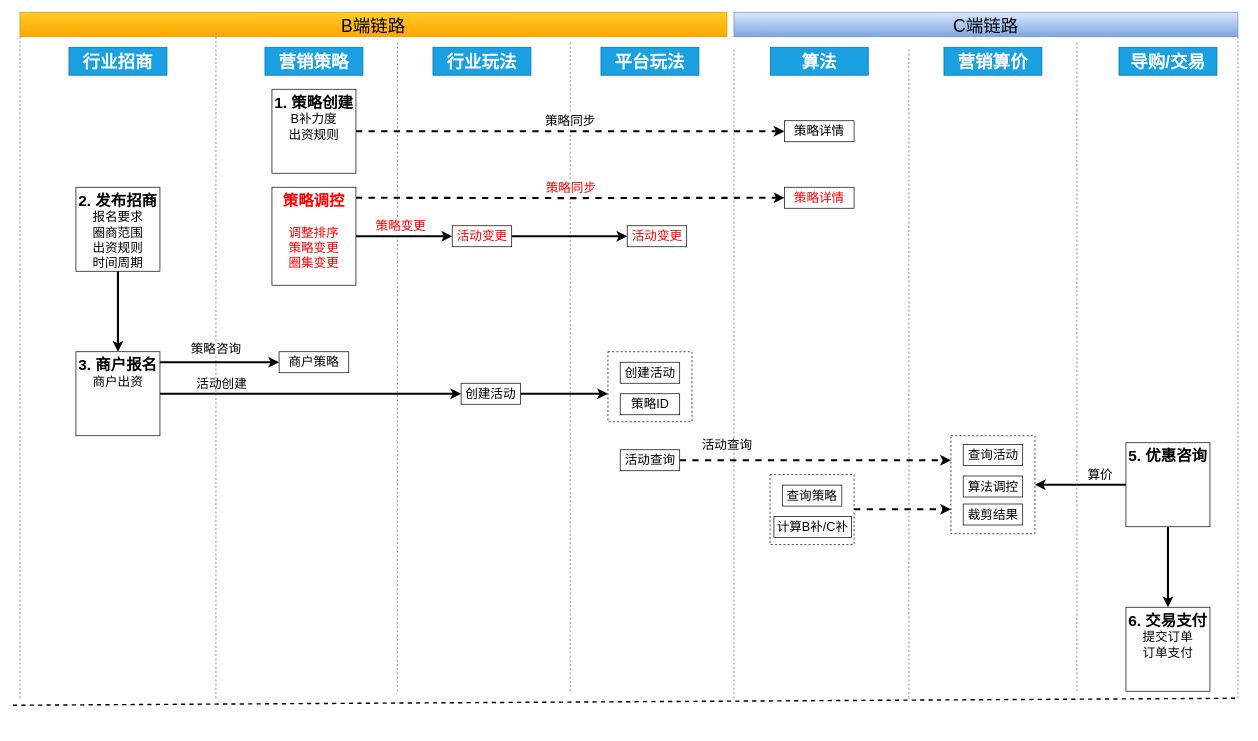
jon-kong/draw.io keeps this draw.io diagram as page "产品流程" (2 of 4) of 营销策略.drawio. Above is the earlier version. Source tidied: cells renumbered, new cells numbered last; positions are measured from the earlier drawing's top-left corner, leaving out a move shared by most shapes. Both pictures are drawn from the tidied source at 70%, with x=0, y=0 at pixel (13, 12).
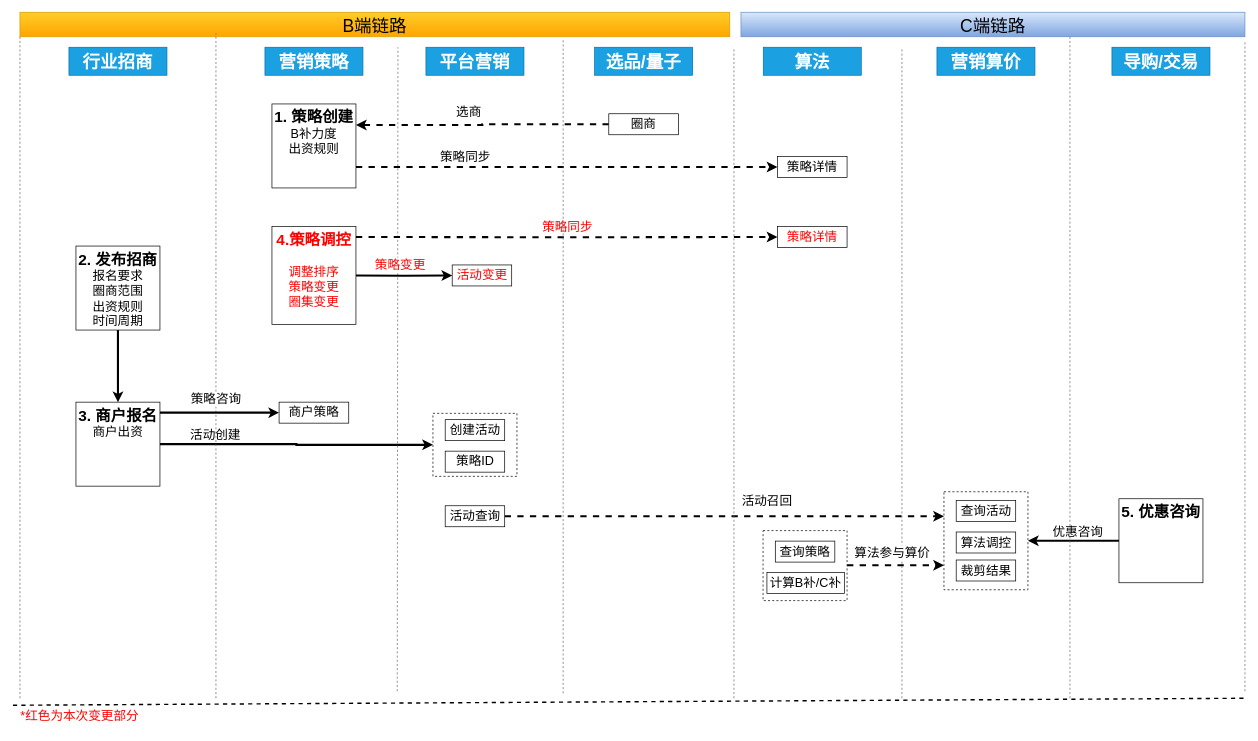
The same diagram, later.

Unchanged cells that the change refers to:
```xml
<mxCell id="16" style="edgeStyle=orthogonalEdgeStyle;rounded=0;jettySize=auto;html=1;exitX=0;exitY=0.5;exitDx=0;exitDy=0;fontSize=18;fontColor=#000000;strokeWidth=3;" parent="1" edge="1" source="50" target="18">
  <mxGeometry relative="1" as="geometry" />
</mxCell>
<mxCell id="23" style="edgeStyle=orthogonalEdgeStyle;rounded=0;jettySize=auto;html=1;exitX=1;exitY=0.5;exitDx=0;exitDy=0;entryX=0;entryY=0.25;entryDx=0;entryDy=0;dashed=1;fontSize=18;fontColor=#000000;strokeWidth=3;" parent="1" edge="1" source="25" target="18">
  <mxGeometry relative="1" as="geometry" />
</mxCell>
```

Change to the diagram source:
```diff
@@
-    <mxCell id="3" value="平台玩法" style="rounded=0;whiteSpace=wrap;html=1;strokeWidth=1;fontSize=25;fontColor=#ffffff;align=center;fontStyle=1;fillColor=#1ba1e2;strokeColor=#006EAF;" parent="1" vertex="1">
-      <mxGeometry x="840" y="50" width="140" height="40" as="geometry" />
+    <mxCell id="3" value="平台营销" style="rounded=0;whiteSpace=wrap;html=1;strokeWidth=1;fontSize=25;fontColor=#ffffff;align=center;fontStyle=1;fillColor=#1ba1e2;strokeColor=#006EAF;" parent="1" vertex="1">
+      <mxGeometry x="590" y="50" width="140" height="40" as="geometry" />
     </mxCell>
@@
-    <mxCell id="5" value="行业玩法" style="rounded=0;whiteSpace=wrap;html=1;strokeWidth=1;fontSize=25;fontColor=#ffffff;align=center;fontStyle=1;fillColor=#1ba1e2;strokeColor=#006EAF;" parent="1" vertex="1">
-      <mxGeometry x="600" y="50" width="140" height="40" as="geometry" />
-    </mxCell>
     <mxCell id="6" value="导购/交易" style="rounded=0;whiteSpace=wrap;html=1;strokeWidth=1;fontSize=25;fontColor=#ffffff;align=center;fontStyle=1;fillColor=#1ba1e2;strokeColor=#006EAF;" parent="1" vertex="1">
-      <mxGeometry x="1580" y="50" width="140" height="40" as="geometry" />
+      <mxGeometry x="1570" y="50" width="140" height="40" as="geometry" />
     </mxCell>
@@
     <mxCell id="8" value="&lt;b&gt;&lt;font style=&quot;font-size: 22px&quot;&gt;2. 发布招商&lt;/font&gt;&lt;/b&gt;&lt;br style=&quot;font-size: 18px&quot;&gt;报名要求&lt;br&gt;圈商范围&lt;br style=&quot;font-size: 18px&quot;&gt;出资规则&lt;br style=&quot;font-size: 18px&quot;&gt;时间周期" style="rounded=0;whiteSpace=wrap;html=1;strokeWidth=1;fontSize=18;fontColor=#000000;align=center;verticalAlign=top;" parent="1" vertex="1">
-      <mxGeometry x="90" y="250" width="120" height="120" as="geometry" />
+      <mxGeometry x="90" y="334" width="120" height="120" as="geometry" />
     </mxCell>
     <mxCell id="9" value="B端链路" style="rounded=0;whiteSpace=wrap;html=1;strokeWidth=1;fontSize=25;align=center;gradientColor=#ffa500;fillColor=#ffcd28;strokeColor=#d79b00;" parent="1" vertex="1">
-      <mxGeometry x="10" width="1010" height="35" as="geometry" />
+      <mxGeometry x="10" width="1014" height="35" as="geometry" />
     </mxCell>
-    <mxCell id="10" style="edgeStyle=orthogonalEdgeStyle;rounded=0;jettySize=auto;html=1;exitX=1;exitY=0.5;exitDx=0;exitDy=0;entryX=0;entryY=0.5;entryDx=0;entryDy=0;fontSize=18;fontColor=#000000;strokeWidth=3;" parent="1" edge="1" source="12" target="14">
+    <mxCell id="10" style="edgeStyle=orthogonalEdgeStyle;rounded=0;jettySize=auto;html=1;exitX=1;exitY=0.5;exitDx=0;exitDy=0;entryX=0;entryY=0.5;entryDx=0;entryDy=0;fontSize=18;fontColor=#000000;strokeWidth=3;" parent="1" edge="1" source="12" target="45">
       <mxGeometry relative="1" as="geometry" />
     </mxCell>
@@
     <mxCell id="12" value="&lt;b&gt;&lt;font style=&quot;font-size: 22px&quot;&gt;3. 商户报名&lt;/font&gt;&lt;/b&gt;&lt;br style=&quot;font-size: 18px&quot;&gt;商户出资" style="rounded=0;whiteSpace=wrap;html=1;strokeWidth=1;fontSize=18;fontColor=#000000;align=center;verticalAlign=top;" parent="1" vertex="1">
-      <mxGeometry x="90" y="485" width="120" height="120" as="geometry" />
+      <mxGeometry x="90" y="557" width="120" height="120" as="geometry" />
     </mxCell>
-    <mxCell id="13" style="edgeStyle=orthogonalEdgeStyle;rounded=0;jettySize=auto;html=1;entryX=0;entryY=0.6;entryDx=0;entryDy=0;strokeWidth=3;fontSize=18;entryPerimeter=0;" parent="1" edge="1" source="14" target="45">
-      <mxGeometry relative="1" as="geometry" />
-    </mxCell>
-    <mxCell id="14" value="创建活动" style="whiteSpace=wrap;html=1;strokeWidth=1;fontSize=18;fontColor=#000000;align=center;" parent="1" vertex="1">
-      <mxGeometry x="640.2" y="530" width="85" height="30" as="geometry" />
-    </mxCell>
     <mxCell id="15" value="C端链路" style="rounded=0;whiteSpace=wrap;html=1;strokeWidth=1;fontSize=25;align=center;fillColor=#dae8fc;strokeColor=#6c8ebf;gradientColor=#7ea6e0;" parent="1" vertex="1">
-      <mxGeometry x="1030" width="720" height="35" as="geometry" />
+      <mxGeometry x="1040" width="720" height="35" as="geometry" />
     </mxCell>
@@
-    <mxCell id="17" value="算价" style="edgeLabel;html=1;align=center;verticalAlign=middle;fontSize=18;" parent="16" vertex="1">
+    <mxCell id="17" value="优惠咨询" style="edgeLabel;html=1;align=center;verticalAlign=middle;fontSize=18;" parent="16" vertex="1">
       <mxGeometry x="-0.43" relative="1" as="geometry">
-        <mxPoint x="-1" y="-14" as="offset" />
+        <mxPoint x="-23" y="-14" as="offset" />
       </mxGeometry>
     </mxCell>
     <mxCell id="18" style="rounded=0;whiteSpace=wrap;html=1;strokeWidth=1;fontSize=18;fontColor=#000000;align=center;dashed=1;" parent="1" vertex="1">
-      <mxGeometry x="1340" y="605" width="120" height="140" as="geometry" />
+      <mxGeometry x="1330" y="685" width="120" height="140" as="geometry" />
     </mxCell>
     <mxCell id="19" value="查询活动" style="whiteSpace=wrap;html=1;strokeWidth=1;fontSize=18;fontColor=#000000;align=center;" parent="1" vertex="1">
-      <mxGeometry x="1357.5" y="617.5" width="85" height="30" as="geometry" />
+      <mxGeometry x="1347.5" y="697.5" width="85" height="30" as="geometry" />
     </mxCell>
     <mxCell id="20" value="算法调控" style="whiteSpace=wrap;html=1;strokeWidth=1;fontSize=18;fontColor=#000000;align=center;" parent="1" vertex="1">
-      <mxGeometry x="1357.5" y="662.5" width="85" height="30" as="geometry" />
+      <mxGeometry x="1347.5" y="742.5" width="85" height="30" as="geometry" />
     </mxCell>
     <mxCell id="21" value="算法" style="rounded=0;whiteSpace=wrap;html=1;strokeWidth=1;fontSize=25;fontColor=#ffffff;align=center;fontStyle=1;fillColor=#1ba1e2;strokeColor=#006EAF;" parent="1" vertex="1">
-      <mxGeometry x="1081.9" y="50" width="140" height="40" as="geometry" />
+      <mxGeometry x="1071.9" y="50" width="140" height="40" as="geometry" />
     </mxCell>
     <mxCell id="22" style="edgeStyle=orthogonalEdgeStyle;rounded=0;jettySize=auto;html=1;dashed=1;fontSize=18;fontColor=#000000;strokeWidth=3;" parent="1" edge="1" source="51">
       <mxGeometry relative="1" as="geometry">
-        <mxPoint x="1340" y="710" as="targetPoint" />
+        <mxPoint x="1330" y="790" as="targetPoint" />
       </mxGeometry>
     </mxCell>
@@
-    <mxCell id="24" value="活动查询" style="edgeLabel;html=1;align=center;verticalAlign=middle;fontSize=18;fontColor=#000000;" parent="23" vertex="1">
+    <mxCell id="24" value="活动召回" style="edgeLabel;html=1;align=center;verticalAlign=middle;fontSize=18;fontColor=#000000;" parent="23" vertex="1">
       <mxGeometry x="-0.11" y="8" relative="1" as="geometry">
-        <mxPoint x="-105" y="-14" as="offset" />
+        <mxPoint x="95" y="-14" as="offset" />
       </mxGeometry>
     </mxCell>
     <mxCell id="25" value="活动查询" style="whiteSpace=wrap;html=1;strokeWidth=1;fontSize=18;fontColor=#000000;align=center;" parent="1" vertex="1">
-      <mxGeometry x="867.5" y="625" width="85" height="30" as="geometry" />
+      <mxGeometry x="617.5" y="705" width="85" height="30" as="geometry" />
     </mxCell>
-    <mxCell id="26" value="&lt;b&gt;&lt;font style=&quot;font-size: 22px&quot;&gt;6. 交易支付&lt;/font&gt;&lt;/b&gt;&lt;br style=&quot;font-size: 18px&quot;&gt;提交订单&lt;br style=&quot;font-size: 18px&quot;&gt;订单支付" style="rounded=0;whiteSpace=wrap;html=1;strokeWidth=1;fontSize=18;fontColor=#000000;align=center;verticalAlign=top;" parent="1" vertex="1">
-      <mxGeometry x="1590" y="850" width="120" height="120" as="geometry" />
-    </mxCell>
     <mxCell id="27" value="裁剪结果" style="whiteSpace=wrap;html=1;strokeWidth=1;fontSize=18;fontColor=#000000;align=center;" parent="1" vertex="1">
-      <mxGeometry x="1357.5" y="702.5" width="85" height="30" as="geometry" />
+      <mxGeometry x="1347.5" y="782.5" width="85" height="30" as="geometry" />
     </mxCell>
@@
-    <mxCell id="30" style="endArrow=none;dashed=1;html=1;strokeWidth=1;fontSize=25;fontColor=#000000;strokeColor=#666666;entryX=0.534;entryY=1.153;entryDx=0;entryDy=0;entryPerimeter=0;" parent="1" edge="1" target="9">
+    <mxCell id="30" style="endArrow=none;dashed=1;html=1;strokeWidth=1;fontSize=25;fontColor=#000000;strokeColor=#666666;" parent="1" edge="1">
       <mxGeometry relative="1" as="geometry">
         <mxPoint x="549" y="970" as="sourcePoint" />
+        <mxPoint x="550" y="50" as="targetPoint" />
       </mxGeometry>
     </mxCell>
     <mxCell id="31" style="endArrow=none;dashed=1;html=1;strokeWidth=1;fontSize=25;fontColor=#000000;strokeColor=#666666;" parent="1" edge="1">
       <mxGeometry relative="1" as="geometry">
-        <mxPoint x="796" y="970" as="sourcePoint" />
-        <mxPoint x="796" y="40" as="targetPoint" />
+        <mxPoint x="1270" y="980" as="sourcePoint" />
+        <mxPoint x="1270" y="50" as="targetPoint" />
       </mxGeometry>
     </mxCell>
@@
     <mxCell id="33" style="endArrow=none;dashed=1;html=1;strokeWidth=1;fontSize=25;fontColor=#000000;strokeColor=#666666;" parent="1" edge="1">
       <mxGeometry relative="1" as="geometry">
-        <mxPoint x="1280" y="980" as="sourcePoint" />
-        <mxPoint x="1280" y="50" as="targetPoint" />
+        <mxPoint x="1030" y="980" as="sourcePoint" />
+        <mxPoint x="1030" y="50" as="targetPoint" />
       </mxGeometry>
     </mxCell>
-    <mxCell id="34" style="endArrow=none;dashed=1;html=1;strokeWidth=1;fontSize=25;fontColor=#000000;strokeColor=#666666;" parent="1" edge="1">
-      <mxGeometry relative="1" as="geometry">
-        <mxPoint x="1030" y="980" as="sourcePoint" />
-        <mxPoint x="1030" y="50" as="targetPoint" />
-      </mxGeometry>
-    </mxCell>
     <mxCell id="35" style="endArrow=none;dashed=1;html=1;strokeWidth=1;fontSize=25;fontColor=#000000;strokeColor=#666666;" parent="1" edge="1">
       <mxGeometry relative="1" as="geometry">
-        <mxPoint x="1520" y="970" as="sourcePoint" />
-        <mxPoint x="1520" y="40" as="targetPoint" />
+        <mxPoint x="1760" y="970" as="sourcePoint" />
+        <mxPoint x="1760" y="40" as="targetPoint" />
       </mxGeometry>
     </mxCell>
     <mxCell id="36" style="endArrow=none;dashed=1;html=1;strokeWidth=1;fontSize=25;fontColor=#000000;strokeColor=#666666;" parent="1" edge="1">
       <mxGeometry relative="1" as="geometry">
-        <mxPoint x="1750" y="980" as="sourcePoint" />
-        <mxPoint x="1750" y="35" as="targetPoint" />
+        <mxPoint x="1510" y="980" as="sourcePoint" />
+        <mxPoint x="1510" y="35" as="targetPoint" />
       </mxGeometry>
     </mxCell>
     <mxCell id="37" style="endArrow=none;dashed=1;html=1;strokeWidth=2;fontSize=25;fontColor=#000000;" parent="1" edge="1">
       <mxGeometry relative="1" as="geometry">
         <mxPoint y="990" as="sourcePoint" />
-        <mxPoint x="1750" y="980" as="targetPoint" />
+        <mxPoint x="1759" y="980" as="targetPoint" />
       </mxGeometry>
     </mxCell>
-    <mxCell id="38" style="edgeStyle=orthogonalEdgeStyle;rounded=0;jettySize=auto;html=1;strokeWidth=3;dashed=1;" parent="1" edge="1" source="40" target="41">
+    <mxCell id="38" style="edgeStyle=orthogonalEdgeStyle;rounded=0;jettySize=auto;html=1;strokeWidth=3;dashed=1;exitX=1;exitY=0.75;exitDx=0;exitDy=0;" parent="1" edge="1" source="40" target="41">
       <mxGeometry relative="1" as="geometry" />
     </mxCell>
     <mxCell id="39" value="策略同步" style="edgeLabel;html=1;align=center;verticalAlign=middle;fontSize=18;" parent="38" vertex="1">
       <mxGeometry x="-0.1" y="3" relative="1" as="geometry">
-        <mxPoint x="30" y="-12" as="offset" />
+        <mxPoint x="-116" y="-12" as="offset" />
       </mxGeometry>
     </mxCell>
     <mxCell id="40" value="&lt;b&gt;&lt;font style=&quot;font-size: 22px&quot;&gt;1. 策略创建&lt;/font&gt;&lt;/b&gt;&lt;br style=&quot;font-size: 18px&quot;&gt;B补力度&lt;br&gt;出资规则" style="rounded=0;whiteSpace=wrap;html=1;strokeWidth=1;fontSize=18;fontColor=#000000;align=center;verticalAlign=top;" parent="1" vertex="1">
-      <mxGeometry x="370" y="110" width="120" height="120" as="geometry" />
+      <mxGeometry x="370" y="131" width="120" height="120" as="geometry" />
     </mxCell>
     <mxCell id="41" value="策略详情" style="whiteSpace=wrap;html=1;strokeWidth=1;fontSize=18;fontColor=#000000;align=center;" parent="1" vertex="1">
-      <mxGeometry x="1102.1" y="155" width="99.5" height="30" as="geometry" />
+      <mxGeometry x="1092.1" y="206" width="99.5" height="30" as="geometry" />
     </mxCell>
     <mxCell id="42" style="edgeStyle=orthogonalEdgeStyle;rounded=0;jettySize=auto;html=1;exitX=0;exitY=0.5;exitDx=0;exitDy=0;entryX=1;entryY=0.75;entryDx=0;entryDy=0;fontSize=18;fontColor=#000000;strokeWidth=3;startArrow=classic;startFill=1;endArrow=none;endFill=0;" parent="1" edge="1" source="44">
       <mxGeometry relative="1" as="geometry">
-        <mxPoint x="210" y="500" as="targetPoint" />
+        <mxPoint x="210" y="572" as="targetPoint" />
       </mxGeometry>
     </mxCell>
@@
     <mxCell id="44" value="商户策略" style="whiteSpace=wrap;html=1;strokeWidth=1;fontSize=18;fontColor=#000000;align=center;" parent="1" vertex="1">
-      <mxGeometry x="380.2" y="485" width="99.5" height="30" as="geometry" />
+      <mxGeometry x="380.2" y="557" width="99.5" height="30" as="geometry" />
     </mxCell>
     <mxCell id="45" style="rounded=0;whiteSpace=wrap;html=1;strokeWidth=1;fontSize=18;fontColor=#000000;align=center;dashed=1;" parent="1" vertex="1">
-      <mxGeometry x="850" y="485" width="120" height="100" as="geometry" />
+      <mxGeometry x="600" y="573" width="120" height="90" as="geometry" />
     </mxCell>
     <mxCell id="46" value="创建活动" style="whiteSpace=wrap;html=1;strokeWidth=1;fontSize=18;fontColor=#000000;align=center;" parent="1" vertex="1">
-      <mxGeometry x="867.5" y="500" width="85" height="30" as="geometry" />
+      <mxGeometry x="617.5" y="582" width="85" height="30" as="geometry" />
     </mxCell>
     <mxCell id="47" value="策略ID" style="whiteSpace=wrap;html=1;strokeWidth=1;fontSize=18;fontColor=#000000;align=center;" parent="1" vertex="1">
-      <mxGeometry x="867.5" y="545" width="85" height="30" as="geometry" />
+      <mxGeometry x="617.5" y="627" width="85" height="30" as="geometry" />
     </mxCell>
     <mxCell id="48" value="营销算价" style="rounded=0;whiteSpace=wrap;html=1;strokeWidth=1;fontSize=25;fontColor=#ffffff;align=center;fontStyle=1;fillColor=#1ba1e2;strokeColor=#006EAF;" parent="1" vertex="1">
-      <mxGeometry x="1330" y="50" width="140" height="40" as="geometry" />
+      <mxGeometry x="1320" y="50" width="140" height="40" as="geometry" />
     </mxCell>
-    <mxCell id="49" style="edgeStyle=orthogonalEdgeStyle;rounded=0;jettySize=auto;html=1;exitX=0.5;exitY=1;exitDx=0;exitDy=0;strokeWidth=3;fontSize=18;" parent="1" edge="1" source="50" target="26">
-      <mxGeometry relative="1" as="geometry" />
-    </mxCell>
     <mxCell id="50" value="&lt;b&gt;&lt;font style=&quot;font-size: 22px&quot;&gt;5. 优惠咨询&lt;/font&gt;&lt;/b&gt;" style="rounded=0;whiteSpace=wrap;html=1;strokeWidth=1;fontSize=18;fontColor=#000000;align=center;verticalAlign=top;" parent="1" vertex="1">
-      <mxGeometry x="1590" y="615" width="120" height="120" as="geometry" />
+      <mxGeometry x="1580" y="695" width="120" height="120" as="geometry" />
     </mxCell>
     <mxCell id="51" style="rounded=0;whiteSpace=wrap;html=1;strokeWidth=1;fontSize=18;fontColor=#000000;align=center;dashed=1;" parent="1" vertex="1">
-      <mxGeometry x="1081.6" y="660.5" width="120" height="100" as="geometry" />
+      <mxGeometry x="1071.6" y="740.5" width="120" height="100" as="geometry" />
     </mxCell>
     <mxCell id="52" value="查询策略" style="whiteSpace=wrap;html=1;strokeWidth=1;fontSize=18;fontColor=#000000;align=center;" parent="1" vertex="1">
-      <mxGeometry x="1099.1" y="675.5" width="85" height="30" as="geometry" />
+      <mxGeometry x="1089.1" y="755.5" width="85" height="30" as="geometry" />
     </mxCell>
     <mxCell id="53" value="计算B补/C补" style="whiteSpace=wrap;html=1;strokeWidth=1;fontSize=18;fontColor=#000000;align=center;" parent="1" vertex="1">
-      <mxGeometry x="1087.1" y="720.5" width="110.6" height="30" as="geometry" />
+      <mxGeometry x="1077.1" y="800.5" width="110.6" height="30" as="geometry" />
     </mxCell>
-    <mxCell id="54" value="&lt;span style=&quot;font-size: 22px;&quot;&gt;&lt;b&gt;策略调控&lt;/b&gt;&lt;/span&gt;&lt;br style=&quot;font-size: 18px&quot;&gt;&lt;br&gt;调整排序&lt;br&gt;策略变更&lt;br&gt;圈集变更" style="rounded=0;whiteSpace=wrap;html=1;strokeWidth=1;fontSize=18;fontColor=#FF0000;align=center;verticalAlign=top;" parent="1" vertex="1">
-      <mxGeometry x="370" y="250" width="120" height="140" as="geometry" />
+    <mxCell id="54" value="&lt;span style=&quot;font-size: 22px;&quot;&gt;&lt;b&gt;4.策略调控&lt;/b&gt;&lt;/span&gt;&lt;br style=&quot;font-size: 18px&quot;&gt;&lt;br&gt;调整排序&lt;br&gt;策略变更&lt;br&gt;圈集变更" style="rounded=0;whiteSpace=wrap;html=1;strokeWidth=1;fontSize=18;fontColor=#FF0000;align=center;verticalAlign=top;" parent="1" vertex="1">
+      <mxGeometry x="370" y="306" width="120" height="140" as="geometry" />
     </mxCell>
     <mxCell id="55" style="edgeStyle=orthogonalEdgeStyle;rounded=0;jettySize=auto;html=1;strokeWidth=3;dashed=1;fontColor=#FF0000;" parent="1" edge="1" target="57">
       <mxGeometry relative="1" as="geometry">
-        <mxPoint x="490" y="265" as="sourcePoint" />
+        <mxPoint x="490" y="321" as="sourcePoint" />
       </mxGeometry>
     </mxCell>
@@
     <mxCell id="57" value="策略详情" style="whiteSpace=wrap;html=1;strokeWidth=1;fontSize=18;fontColor=#FF0000;align=center;" parent="1" vertex="1">
-      <mxGeometry x="1102.1" y="250" width="99.5" height="30" as="geometry" />
+      <mxGeometry x="1092.1" y="306" width="99.5" height="30" as="geometry" />
     </mxCell>
-    <mxCell id="58" style="edgeStyle=orthogonalEdgeStyle;rounded=0;jettySize=auto;html=1;exitX=1;exitY=0.5;exitDx=0;exitDy=0;entryX=0;entryY=0.5;entryDx=0;entryDy=0;strokeWidth=3;fontSize=18;startArrow=none;startFill=0;endArrow=classic;endFill=1;fontColor=#FF0000;" parent="1" edge="1" source="59" target="62">
-      <mxGeometry relative="1" as="geometry" />
-    </mxCell>
-    <mxCell id="59" value="活动变更" style="whiteSpace=wrap;html=1;strokeWidth=1;fontSize=18;fontColor=#FF0000;align=center;" parent="1" vertex="1">
-      <mxGeometry x="627.5" y="305" width="85" height="30" as="geometry" />
-    </mxCell>
-    <mxCell id="60" style="edgeStyle=orthogonalEdgeStyle;rounded=0;jettySize=auto;html=1;exitX=0;exitY=0.5;exitDx=0;exitDy=0;entryX=1;entryY=0.5;entryDx=0;entryDy=0;fontSize=18;fontColor=#FF0000;strokeWidth=3;startArrow=classic;startFill=1;endArrow=none;endFill=0;" parent="1" edge="1" source="59" target="54">
-      <mxGeometry relative="1" as="geometry" />
+    <mxCell id="60" style="edgeStyle=orthogonalEdgeStyle;rounded=0;jettySize=auto;html=1;exitX=0;exitY=0.5;exitDx=0;exitDy=0;entryX=1;entryY=0.5;entryDx=0;entryDy=0;fontSize=18;fontColor=#FF0000;strokeWidth=3;startArrow=classic;startFill=1;endArrow=none;endFill=0;" parent="1" edge="1" target="54">
+      <mxGeometry relative="1" as="geometry">
+        <mxPoint x="627.5" y="376" as="sourcePoint" />
+      </mxGeometry>
     </mxCell>
@@
     <mxCell id="62" value="活动变更" style="whiteSpace=wrap;html=1;strokeWidth=1;fontSize=18;fontColor=#FF0000;align=center;" parent="1" vertex="1">
-      <mxGeometry x="877.5" y="305" width="85" height="30" as="geometry" />
+      <mxGeometry x="627.5" y="361" width="85" height="30" as="geometry" />
     </mxCell>
+    <mxCell id="63" value="算法参与算价" style="edgeLabel;html=1;align=center;verticalAlign=middle;fontSize=18;fontColor=#000000;" parent="1" vertex="1">
+      <mxGeometry x="1253" y="761" as="geometry">
+        <mxPoint x="2" y="10" as="offset" />
+      </mxGeometry>
+    </mxCell>
+    <mxCell id="64" value="选品/量子" style="rounded=0;whiteSpace=wrap;html=1;strokeWidth=1;fontSize=25;fontColor=#ffffff;align=center;fontStyle=1;fillColor=#1ba1e2;strokeColor=#006EAF;" parent="1" vertex="1">
+      <mxGeometry x="831" y="50" width="140" height="40" as="geometry" />
+    </mxCell>
+    <mxCell id="65" style="endArrow=none;dashed=1;html=1;strokeWidth=1;fontSize=25;fontColor=#000000;strokeColor=#666666;" parent="1" edge="1">
+      <mxGeometry relative="1" as="geometry">
+        <mxPoint x="786" y="973" as="sourcePoint" />
+        <mxPoint x="786" y="38" as="targetPoint" />
+      </mxGeometry>
+    </mxCell>
+    <mxCell id="66" style="edgeStyle=orthogonalEdgeStyle;rounded=0;jettySize=auto;html=1;exitX=0;exitY=0.5;exitDx=0;exitDy=0;entryX=1;entryY=0.25;entryDx=0;entryDy=0;strokeWidth=3;fontSize=18;fontColor=#000000;startArrow=none;startFill=0;endArrow=classic;endFill=1;dashed=1;" parent="1" edge="1" source="68" target="40">
+      <mxGeometry relative="1" as="geometry" />
+    </mxCell>
+    <mxCell id="67" value="选商" style="edgeLabel;html=1;align=center;verticalAlign=middle;fontSize=18;fontColor=#000000;" parent="66" vertex="1">
+      <mxGeometry y="-3" relative="1" as="geometry">
+        <mxPoint x="-17" y="-18" as="offset" />
+      </mxGeometry>
+    </mxCell>
+    <mxCell id="68" value="圈商" style="whiteSpace=wrap;html=1;strokeWidth=1;fontSize=18;fontColor=#000000;align=center;" parent="1" vertex="1">
+      <mxGeometry x="851.2" y="145" width="99.5" height="30" as="geometry" />
+    </mxCell>
+    <mxCell id="69" value="*红色为本次变更部分" style="text;html=1;align=center;verticalAlign=middle;strokeColor=none;fillColor=none;fontSize=18;fontColor=#FF0000;" parent="1" vertex="1">
+      <mxGeometry x="1" y="989" width="187" height="34" as="geometry" />
+    </mxCell>
```
